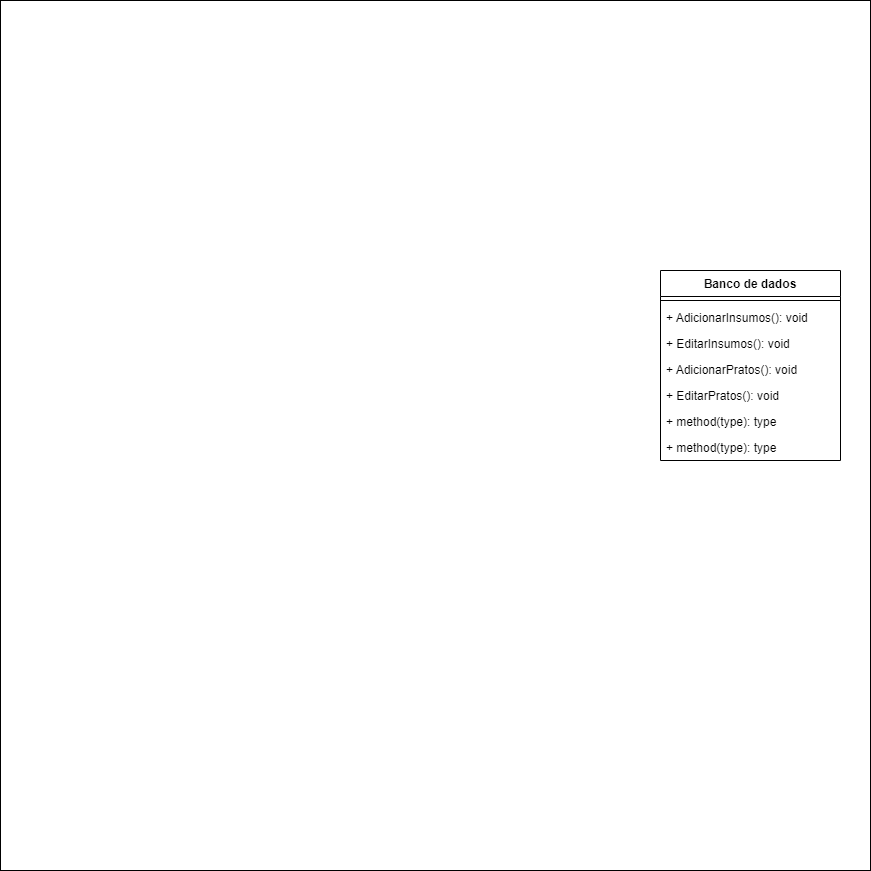
The draw.io diagram documentos/diagramas/Diagrama_de_Classe.drawio.png in DougzCD/JCRESW1, before a commit. Source tidied: cells renumbered, new cells last; positions are measured from the earlier drawing's top-left corner, leaving out a move shared by most shapes.
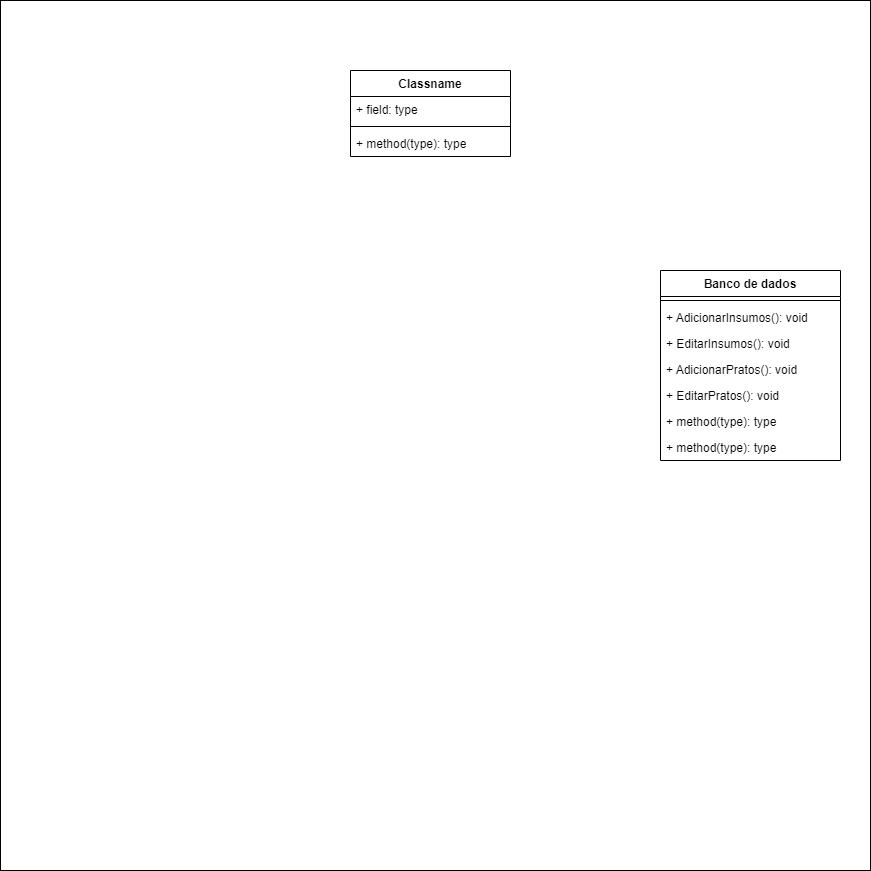
The same file after the commit.

Change to the diagram source:
```diff
@@ -29,5 +29,17 @@
     <mxCell id="10" value="+ method(type): type" style="text;strokeColor=none;fillColor=none;align=left;verticalAlign=top;spacingLeft=4;spacingRight=4;overflow=hidden;" parent="3" vertex="1">
       <mxGeometry y="164" width="180" height="26" as="geometry" />
     </mxCell>
+    <mxCell id="11" value="Classname" style="swimlane;fontStyle=1;align=center;verticalAlign=top;horizontal=1;startSize=26;whiteSpace=wrap;html=1;" parent="1" vertex="1">
+      <mxGeometry x="350" y="70" width="160" height="86" as="geometry" />
+    </mxCell>
+    <mxCell id="12" value="+ field: type" style="text;strokeColor=none;fillColor=none;align=left;verticalAlign=top;spacingLeft=4;spacingRight=4;overflow=hidden;whiteSpace=wrap;html=1;" parent="11" vertex="1">
+      <mxGeometry y="26" width="160" height="26" as="geometry" />
+    </mxCell>
+    <mxCell id="13" style="line;strokeWidth=1;fillColor=none;align=left;verticalAlign=middle;spacingTop=-1;spacingLeft=3;spacingRight=3;labelPosition=right;strokeColor=inherit;" parent="11" vertex="1">
+      <mxGeometry y="52" width="160" height="8" as="geometry" />
+    </mxCell>
+    <mxCell id="14" value="+ method(type): type" style="text;strokeColor=none;fillColor=none;align=left;verticalAlign=top;spacingLeft=4;spacingRight=4;overflow=hidden;whiteSpace=wrap;html=1;" parent="11" vertex="1">
+      <mxGeometry y="60" width="160" height="26" as="geometry" />
+    </mxCell>
   </root>
 </mxGraphModel>
```
